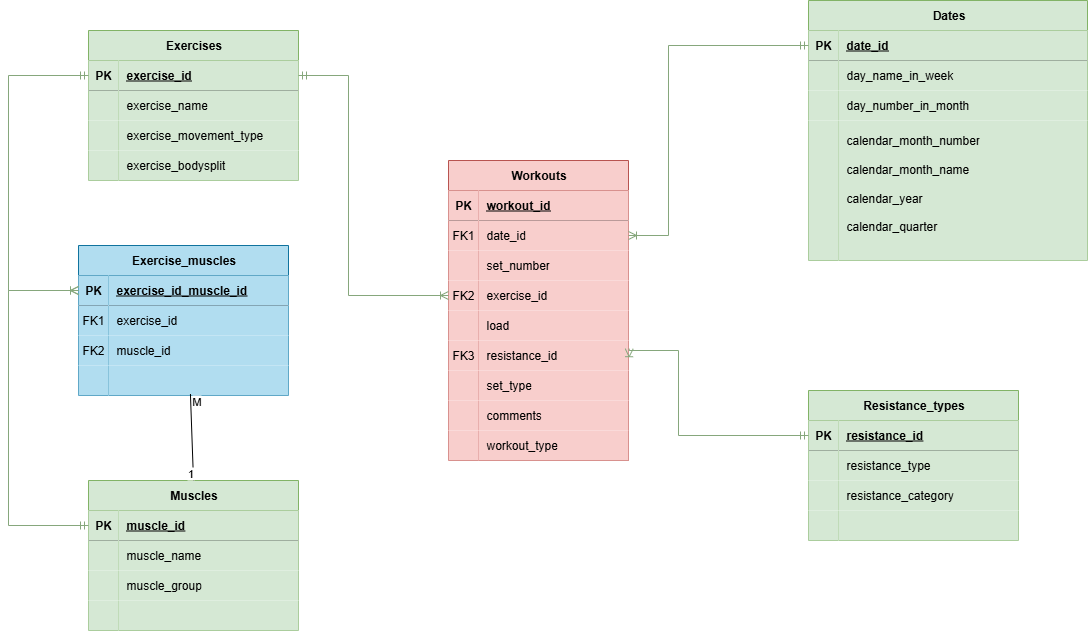
Above: Images/logical_model.png in Codrul/Gym-Data-Tracker (draw.io), before the change. Source tidied: cells renumbered, new cells last; positions are measured from the earlier drawing's top-left corner, leaving out a move shared by most shapes.
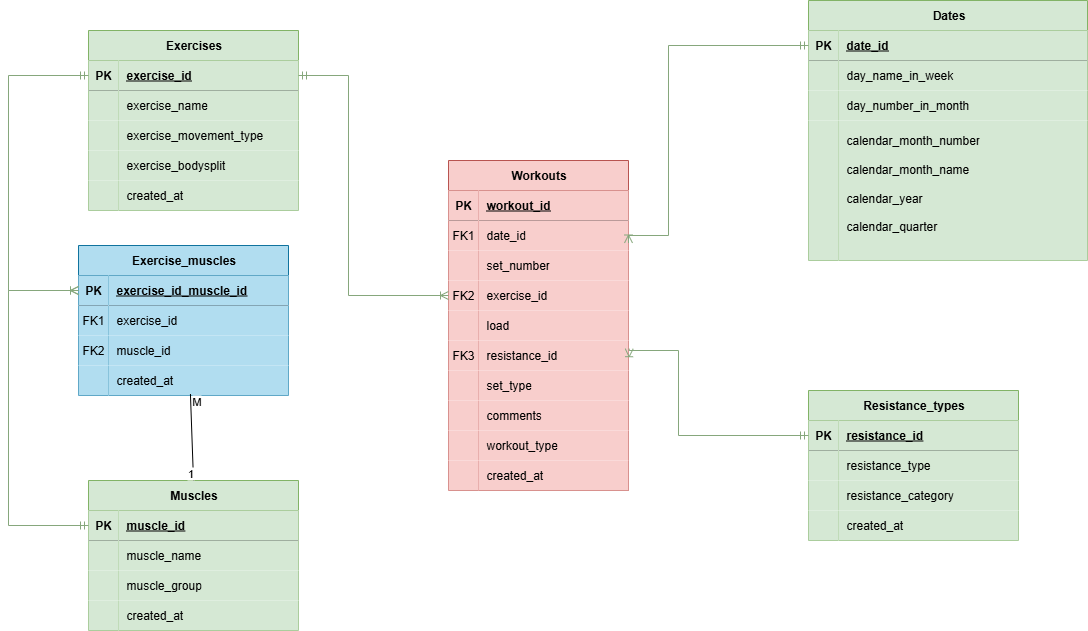
After the commit.

Commit message:
updated readme to cover recent progress

Diff of the diagram source:
```diff
@@ -3,7 +3,7 @@
     <mxCell id="0" />
     <mxCell id="1" parent="0" />
     <mxCell id="2" value="Exercises" style="shape=table;startSize=30;rowLines=0;fontStyle=1;align=center;html=1;fillColor=#d5e8d4;strokeColor=#82b366;" parent="1" vertex="1">
-      <mxGeometry x="80" y="30" width="210" height="150" as="geometry" />
+      <mxGeometry x="80" y="30" width="210" height="180" as="geometry" />
     </mxCell>
     <mxCell id="3" style="shape=tableRow;horizontal=0;startSize=0;swimlaneHead=0;swimlaneBody=0;fillColor=none;points=[[0,0.5],[1,0.5]];portConstraint=eastwest;top=0;left=0;right=0;bottom=1;" parent="2" vertex="1">
       <mxGeometry y="30" width="210" height="30" as="geometry" />
@@ -41,6 +41,15 @@
     <mxCell id="14" value="exercise_bodysplit" style="shape=partialRectangle;fillColor=#d5e8d4;top=0;left=0;bottom=0;right=0;align=left;spacingLeft=6;overflow=hidden;whiteSpace=wrap;html=1;strokeColor=#82b366;" parent="12" vertex="1">
       <mxGeometry x="30" width="180" height="30" as="geometry" />
     </mxCell>
+    <mxCell id="103" style="shape=tableRow;horizontal=0;startSize=0;swimlaneHead=0;swimlaneBody=0;fillColor=none;top=0;left=0;right=0;bottom=0;" parent="2" vertex="1">
+      <mxGeometry y="150" width="210" height="30" as="geometry" />
+    </mxCell>
+    <mxCell id="104" style="shape=partialRectangle;fillColor=#d5e8d4;top=0;left=0;bottom=0;right=0;overflow=hidden;whiteSpace=wrap;html=1;strokeColor=#82b366;" parent="103" vertex="1">
+      <mxGeometry width="30" height="30" as="geometry" />
+    </mxCell>
+    <mxCell id="105" value="created_at" style="shape=partialRectangle;fillColor=#d5e8d4;top=0;left=0;bottom=0;right=0;align=left;spacingLeft=6;overflow=hidden;whiteSpace=wrap;html=1;strokeColor=#82b366;" parent="103" vertex="1">
+      <mxGeometry x="30" width="180" height="30" as="geometry" />
+    </mxCell>
     <mxCell id="15" value="Muscles" style="shape=table;startSize=30;rowLines=0;fontStyle=1;align=center;html=1;fillColor=#d5e8d4;strokeColor=#82b366;" parent="1" vertex="1">
       <mxGeometry x="80" y="480" width="210" height="150" as="geometry" />
     </mxCell>
@@ -77,7 +86,7 @@
     <mxCell id="26" style="shape=partialRectangle;fillColor=#d5e8d4;top=0;left=0;bottom=0;right=0;overflow=hidden;whiteSpace=wrap;html=1;strokeColor=#82b366;" parent="25" vertex="1">
       <mxGeometry width="30" height="30" as="geometry" />
     </mxCell>
-    <mxCell id="27" style="shape=partialRectangle;fillColor=#d5e8d4;top=0;left=0;bottom=0;right=0;align=left;spacingLeft=6;overflow=hidden;whiteSpace=wrap;html=1;strokeColor=#82b366;" parent="25" vertex="1">
+    <mxCell id="27" value="created_at" style="shape=partialRectangle;fillColor=#d5e8d4;top=0;left=0;bottom=0;right=0;align=left;spacingLeft=6;overflow=hidden;whiteSpace=wrap;html=1;strokeColor=#82b366;" parent="25" vertex="1">
       <mxGeometry x="30" width="180" height="30" as="geometry" />
     </mxCell>
     <mxCell id="28" value="Resistance_types" style="shape=table;startSize=30;rowLines=0;fontStyle=1;align=center;html=1;fillColor=#d5e8d4;strokeColor=#82b366;" parent="1" vertex="1">
@@ -116,7 +125,7 @@
     <mxCell id="39" style="shape=partialRectangle;fillColor=#d5e8d4;top=0;left=0;bottom=0;right=0;overflow=hidden;whiteSpace=wrap;html=1;strokeColor=#82b366;" parent="38" vertex="1">
       <mxGeometry width="30" height="30" as="geometry" />
     </mxCell>
-    <mxCell id="40" style="shape=partialRectangle;fillColor=#d5e8d4;top=0;left=0;bottom=0;right=0;align=left;spacingLeft=6;overflow=hidden;whiteSpace=wrap;html=1;strokeColor=#82b366;" parent="38" vertex="1">
+    <mxCell id="40" value="created_at" style="shape=partialRectangle;fillColor=#d5e8d4;top=0;left=0;bottom=0;right=0;align=left;spacingLeft=6;overflow=hidden;whiteSpace=wrap;html=1;strokeColor=#82b366;" parent="38" vertex="1">
       <mxGeometry x="30" width="180" height="30" as="geometry" />
     </mxCell>
     <mxCell id="41" value="Exercise_muscles" style="shape=table;startSize=30;rowLines=0;fontStyle=1;align=center;html=1;fillColor=#b1ddf0;strokeColor=#10739e;" parent="1" vertex="1">
@@ -155,7 +164,7 @@
     <mxCell id="52" style="shape=partialRectangle;fillColor=#b1ddf0;top=0;left=0;bottom=0;right=0;overflow=hidden;whiteSpace=wrap;html=1;strokeColor=#10739e;" parent="51" vertex="1">
       <mxGeometry width="30" height="30" as="geometry" />
     </mxCell>
-    <mxCell id="53" style="shape=partialRectangle;fillColor=#b1ddf0;top=0;left=0;bottom=0;right=0;align=left;spacingLeft=6;overflow=hidden;whiteSpace=wrap;html=1;strokeColor=#10739e;" parent="51" vertex="1">
+    <mxCell id="53" value="created_at" style="shape=partialRectangle;fillColor=#b1ddf0;top=0;left=0;bottom=0;right=0;align=left;spacingLeft=6;overflow=hidden;whiteSpace=wrap;html=1;strokeColor=#10739e;" parent="51" vertex="1">
       <mxGeometry x="30" width="180" height="30" as="geometry" />
     </mxCell>
     <mxCell id="54" value="Dates" style="shape=table;startSize=30;rowLines=0;fontStyle=1;align=center;html=1;fillColor=#d5e8d4;strokeColor=#82b366;" parent="1" vertex="1">
@@ -198,7 +207,7 @@
       <mxGeometry x="30" width="249" height="140" as="geometry" />
     </mxCell>
     <mxCell id="67" value="Workouts" style="shape=table;startSize=30;rowLines=0;fontStyle=1;align=center;html=1;fillColor=#f8cecc;strokeColor=#b85450;" parent="1" vertex="1">
-      <mxGeometry x="440" y="160" width="180" height="300" as="geometry" />
+      <mxGeometry x="440" y="160" width="180" height="330" as="geometry" />
     </mxCell>
     <mxCell id="68" style="shape=tableRow;horizontal=0;startSize=0;swimlaneHead=0;swimlaneBody=0;fillColor=none;top=0;left=0;right=0;bottom=1;" parent="67" vertex="1">
       <mxGeometry y="30" width="180" height="30" as="geometry" />
@@ -281,6 +290,15 @@
     <mxCell id="94" value="workout_type" style="shape=partialRectangle;fillColor=#f8cecc;top=0;left=0;bottom=0;right=0;align=left;spacingLeft=6;overflow=hidden;whiteSpace=wrap;html=1;strokeColor=#b85450;" parent="92" vertex="1">
       <mxGeometry x="30" width="150" height="30" as="geometry" />
     </mxCell>
+    <mxCell id="106" style="shape=tableRow;horizontal=0;startSize=0;swimlaneHead=0;swimlaneBody=0;fillColor=none;top=0;left=0;right=0;bottom=0;" parent="67" vertex="1">
+      <mxGeometry y="300" width="180" height="30" as="geometry" />
+    </mxCell>
+    <mxCell id="107" style="shape=partialRectangle;fillColor=#f8cecc;top=0;left=0;bottom=0;right=0;overflow=hidden;whiteSpace=wrap;html=1;strokeColor=#b85450;" parent="106" vertex="1">
+      <mxGeometry width="30" height="30" as="geometry" />
+    </mxCell>
+    <mxCell id="108" value="created_at" style="shape=partialRectangle;fillColor=#f8cecc;top=0;left=0;bottom=0;right=0;align=left;spacingLeft=6;overflow=hidden;whiteSpace=wrap;html=1;strokeColor=#b85450;" parent="106" vertex="1">
+      <mxGeometry x="30" width="150" height="30" as="geometry" />
+    </mxCell>
     <mxCell id="95" style="endArrow=none;html=1;rounded=0;entryX=0.5;entryY=0;entryDx=0;entryDy=0;exitX=0.533;exitY=0.951;exitDx=0;exitDy=0;exitPerimeter=0;" parent="1" edge="1" source="51" target="15">
       <mxGeometry relative="1" as="geometry" />
     </mxCell>
```
